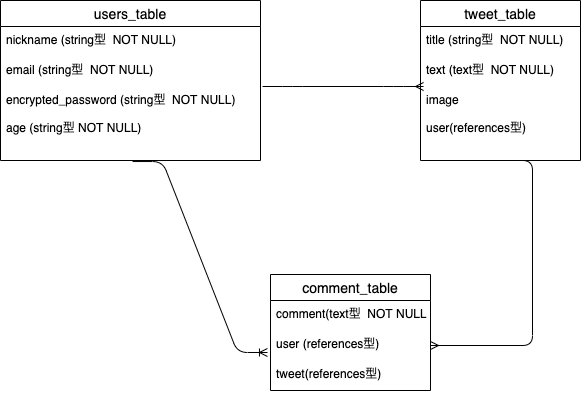
Above: matsubokkuri_data.png in ko25252929/matsubokkuri (draw.io), before the change. Source tidied: cells renumbered, new cells last; positions are measured from the earlier drawing's top-left corner, leaving out a move shared by most shapes.
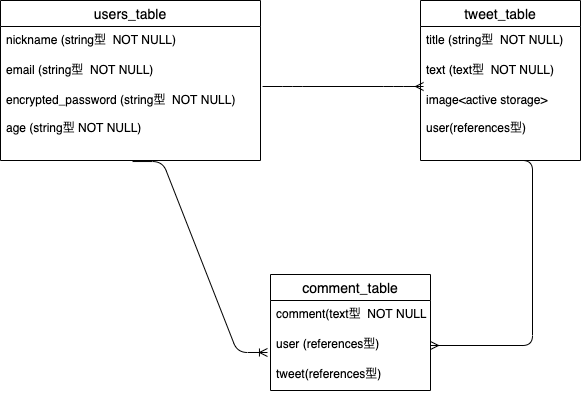
The same diagram one commit later.

What changed in the source:
```diff
@@ -23,7 +23,7 @@
     <mxCell id="8" value="text (text型  NOT NULL)" style="text;strokeColor=none;fillColor=none;spacingLeft=4;spacingRight=4;overflow=hidden;fontSize=12;" parent="6" vertex="1">
       <mxGeometry y="56" width="160" height="30" as="geometry" />
     </mxCell>
-    <mxCell id="9" value="image&#10;&#10;user(references型)" style="text;strokeColor=none;fillColor=none;spacingLeft=4;spacingRight=4;overflow=hidden;points=[[0,0.5],[1,0.5]];portConstraint=eastwest;fontSize=12;" parent="6" vertex="1">
+    <mxCell id="9" value="image&lt;active storage&gt;&#10;&#10;user(references型)" style="text;strokeColor=none;fillColor=none;spacingLeft=4;spacingRight=4;overflow=hidden;points=[[0,0.5],[1,0.5]];portConstraint=eastwest;fontSize=12;" parent="6" vertex="1">
       <mxGeometry y="86" width="160" height="74" as="geometry" />
     </mxCell>
     <mxCell id="10" style="edgeStyle=entityRelationEdgeStyle;fontSize=12;html=1;endArrow=ERmany;exitX=1.008;exitY=0;exitDx=0;exitDy=0;exitPerimeter=0;entryX=0.019;entryY=0;entryDx=0;entryDy=0;entryPerimeter=0;" parent="1" edge="1" source="5" target="9">
```
